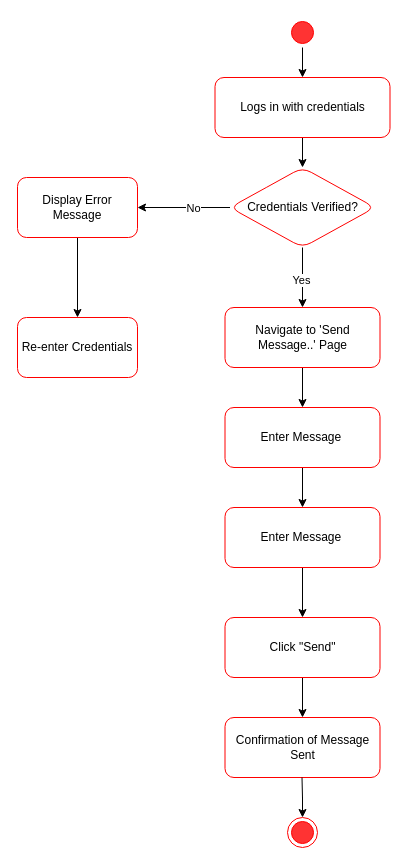
Above: DIAGRAMS/Send Message Activity Diagram .drawio in 551462-Design-Develop-Deploy-24-25/001-port-individual-software-project-portfolio-MMukhtar1885 (draw.io), before the change. Source tidied: cells renumbered, new cells numbered last; positions are measured from the earlier drawing's top-left corner, leaving out a move shared by most shapes. Both pictures are drawn from the tidied source at 100%, with x=0, y=0 at pixel (17, 17).
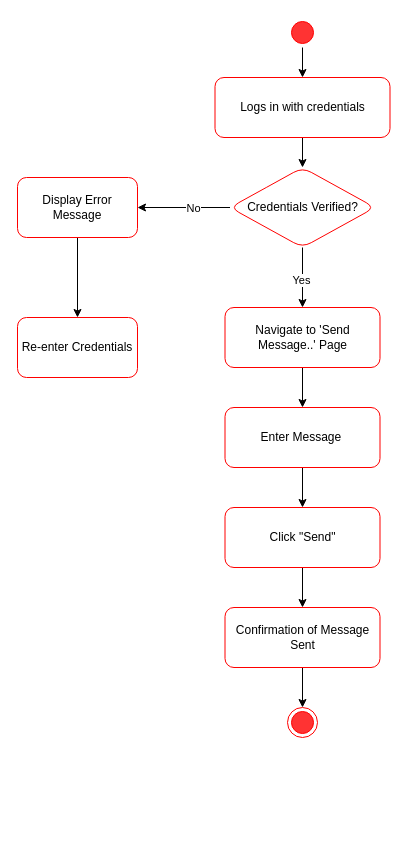
The same page after the edit.

The change refers to these unchanged cells:
```xml
<mxCell id="14" value="Enter Message&amp;nbsp;" style="whiteSpace=wrap;html=1;fillColor=#FFFFFF;strokeColor=#ff0000;rounded=1;" parent="1" vertex="1">
  <mxGeometry x="207.5" y="390" width="155" height="60" as="geometry" />
</mxCell>
```

What changed in the source:
```diff
@@
-    <mxCell id="13" style="edgeStyle=orthogonalEdgeStyle;rounded=0;jettySize=auto;html=1;" parent="1" edge="1" source="14" target="16">
+    <mxCell id="13" style="edgeStyle=orthogonalEdgeStyle;rounded=0;jettySize=auto;html=1;entryX=0.5;entryY=0;entryDx=0;entryDy=0;" parent="1" edge="1" source="14" target="18">
       <mxGeometry relative="1" as="geometry" />
     </mxCell>
@@
-    <mxCell id="15" style="edgeStyle=orthogonalEdgeStyle;rounded=0;jettySize=auto;html=1;" parent="1" edge="1" source="16" target="18">
-      <mxGeometry relative="1" as="geometry" />
-    </mxCell>
-    <mxCell id="16" value="Enter Message&amp;nbsp;" style="whiteSpace=wrap;html=1;fillColor=#FFFFFF;strokeColor=#ff0000;rounded=1;" parent="1" vertex="1">
-      <mxGeometry x="207.5" y="490" width="155" height="60" as="geometry" />
-    </mxCell>
@@
     <mxCell id="18" value="Click &quot;Send&quot;" style="whiteSpace=wrap;html=1;fillColor=#FFFFFF;strokeColor=#ff0000;rounded=1;" parent="1" vertex="1">
-      <mxGeometry x="207.5" y="600" width="155" height="60" as="geometry" />
+      <mxGeometry x="207.5" y="490" width="155" height="60" as="geometry" />
     </mxCell>
+    <mxCell id="25" style="edgeStyle=orthogonalEdgeStyle;rounded=0;jettySize=auto;html=1;entryX=0.5;entryY=0;entryDx=0;entryDy=0;" parent="1" edge="1" source="19" target="23">
+      <mxGeometry relative="1" as="geometry" />
+    </mxCell>
     <mxCell id="19" value="Confirmation of Message Sent" style="whiteSpace=wrap;html=1;fillColor=#FFFFFF;strokeColor=#ff0000;rounded=1;" parent="1" vertex="1">
-      <mxGeometry x="207.5" y="700" width="155" height="60" as="geometry" />
+      <mxGeometry x="207.5" y="590" width="155" height="60" as="geometry" />
     </mxCell>
@@
     <mxCell id="23" style="ellipse;html=1;shape=endState;fillColor=#FF3333;strokeColor=#ff0000;" parent="1" vertex="1">
-      <mxGeometry x="270" y="800" width="30" height="30" as="geometry" />
+      <mxGeometry x="270" y="690" width="30" height="30" as="geometry" />
     </mxCell>
-    <mxCell id="24" style="edgeStyle=orthogonalEdgeStyle;rounded=0;jettySize=auto;html=1;entryX=0.5;entryY=0;entryDx=0;entryDy=0;" parent="1" edge="1" target="23">
-      <mxGeometry relative="1" as="geometry">
-        <mxPoint x="284.5" y="760" as="sourcePoint" />
-      </mxGeometry>
-    </mxCell>
```
